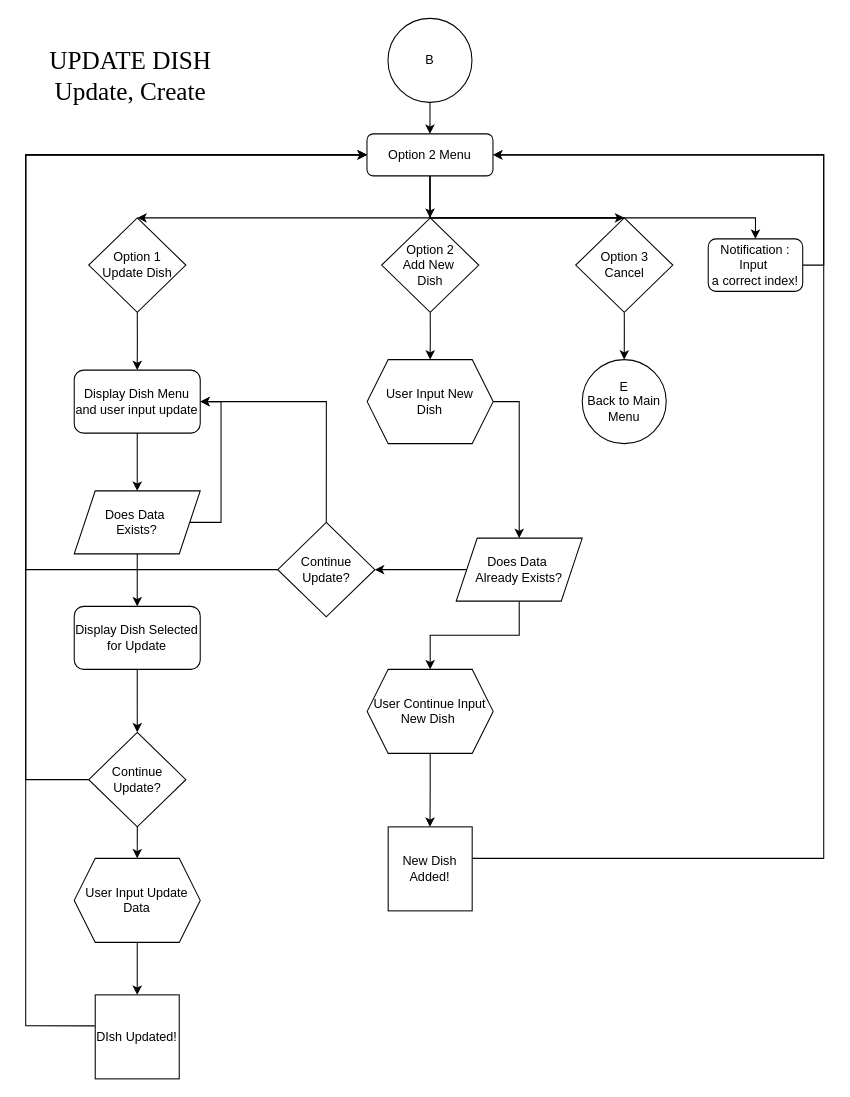
Above: page "Page-3" (3 of 5) of Raamen_shop_flow.drawio in qemhal14/raamen_shop (draw.io), before the change. Source tidied: cells renumbered, new cells numbered last; positions are measured from the earlier drawing's top-left corner, leaving out a move shared by most shapes. Both pictures are drawn from the tidied source at 105%, with x=0, y=0 at pixel (25, 18).
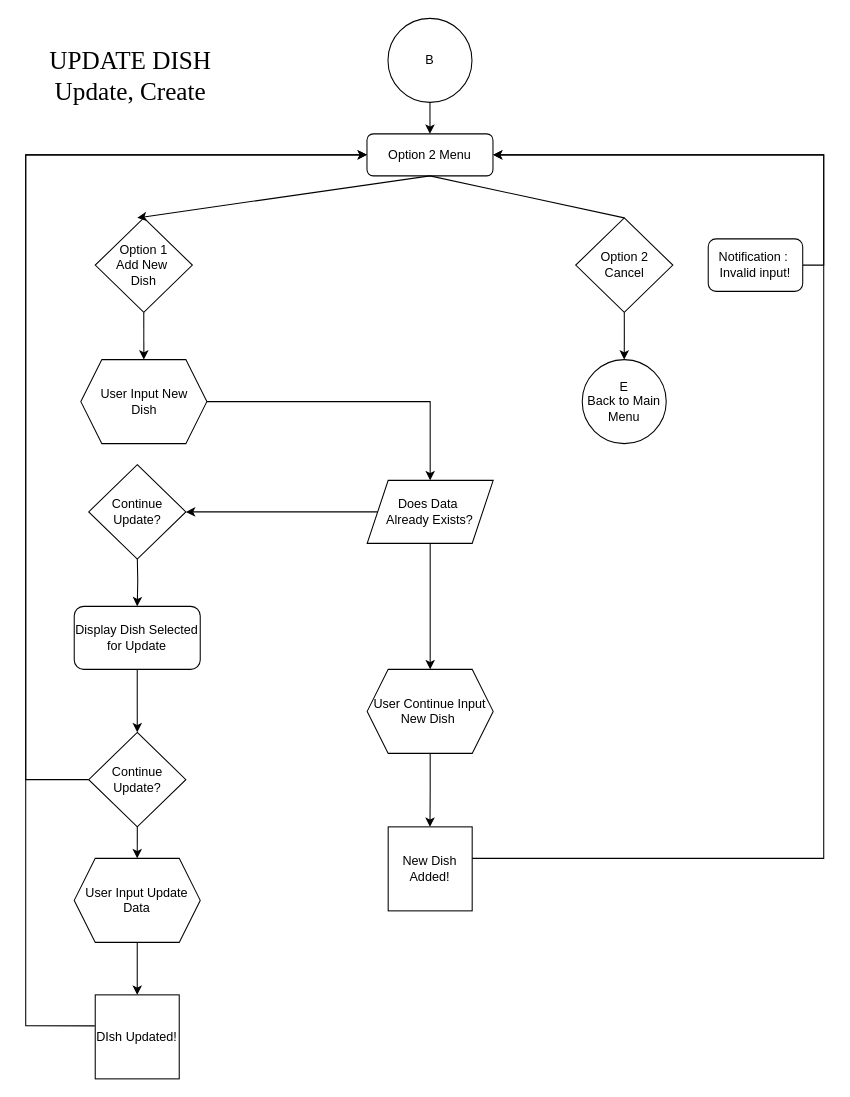
Above is the later version.

The change refers to these unchanged cells:
```xml
<mxCell id="8" value="Option 2 Menu" style="rounded=1;whiteSpace=wrap;html=1;" parent="1" vertex="1">
  <mxGeometry x="325" y="110" width="120" height="40" as="geometry" />
</mxCell>
<mxCell id="23" value="Display Dish Selected&lt;div&gt;for Update&lt;/div&gt;" style="rounded=1;whiteSpace=wrap;html=1;" parent="1" vertex="1">
  <mxGeometry x="46.2" y="560" width="120" height="60" as="geometry" />
</mxCell>
```

Diff of the diagram source:
```diff
@@
-    <mxCell id="5" style="edgeStyle=orthogonalEdgeStyle;rounded=0;jettySize=auto;html=1;exitX=0.5;exitY=1;exitDx=0;exitDy=0;" parent="1" edge="1" source="8">
-      <mxGeometry relative="1" as="geometry">
-        <mxPoint x="385.1" y="190" as="targetPoint" />
-      </mxGeometry>
-    </mxCell>
-    <mxCell id="6" style="edgeStyle=orthogonalEdgeStyle;rounded=0;jettySize=auto;html=1;exitX=0.5;exitY=1;exitDx=0;exitDy=0;entryX=0.5;entryY=0;entryDx=0;entryDy=0;" parent="1" edge="1" source="8" target="15">
-      <mxGeometry relative="1" as="geometry">
-        <Array as="points">
-          <mxPoint x="385" y="190" />
-        </Array>
-      </mxGeometry>
-    </mxCell>
-    <mxCell id="7" style="edgeStyle=orthogonalEdgeStyle;rounded=0;jettySize=auto;html=1;exitX=0.5;exitY=1;exitDx=0;exitDy=0;entryX=0.5;entryY=0;entryDx=0;entryDy=0;" parent="1" edge="1" source="8" target="42">
-      <mxGeometry relative="1" as="geometry">
-        <Array as="points">
-          <mxPoint x="385" y="190" />
-          <mxPoint x="695" y="190" />
-        </Array>
-      </mxGeometry>
-    </mxCell>
@@
-    <mxCell id="9" style="edgeStyle=orthogonalEdgeStyle;rounded=0;jettySize=auto;html=1;exitX=0.5;exitY=1;exitDx=0;exitDy=0;entryX=0.5;entryY=0;entryDx=0;entryDy=0;" parent="1" edge="1" source="10" target="18">
-      <mxGeometry relative="1" as="geometry" />
-    </mxCell>
-    <mxCell id="10" value="Option 1&lt;div&gt;Update Dish&lt;/div&gt;" style="rhombus;whiteSpace=wrap;html=1;" parent="1" vertex="1">
-      <mxGeometry x="60" y="190" width="92.5" height="90" as="geometry" />
-    </mxCell>
@@
-    <mxCell id="12" value="Option 2&lt;div&gt;Add New&amp;nbsp;&lt;/div&gt;&lt;div&gt;Dish&lt;/div&gt;" style="rhombus;whiteSpace=wrap;html=1;" parent="1" vertex="1">
-      <mxGeometry x="339" y="190" width="92.5" height="90" as="geometry" />
+    <mxCell id="12" value="Option 1&lt;div&gt;Add New&amp;nbsp;&lt;/div&gt;&lt;div&gt;Dish&lt;/div&gt;" style="rhombus;whiteSpace=wrap;html=1;" parent="1" vertex="1">
+      <mxGeometry x="66.2" y="190" width="92.5" height="90" as="geometry" />
     </mxCell>
@@
-    <mxCell id="15" value="Option 3&lt;div&gt;Cancel&lt;/div&gt;" style="rhombus;whiteSpace=wrap;html=1;" parent="1" vertex="1">
+    <mxCell id="15" value="Option 2&lt;div&gt;Cancel&lt;/div&gt;" style="rhombus;whiteSpace=wrap;html=1;" parent="1" vertex="1">
       <mxGeometry x="523.8" y="190" width="92.5" height="90" as="geometry" />
     </mxCell>
-    <mxCell id="16" style="endArrow=classic;html=1;rounded=0;exitX=0.5;exitY=0;exitDx=0;exitDy=0;entryX=0.5;entryY=0;entryDx=0;entryDy=0;" parent="1" edge="1" source="15" target="10">
+    <mxCell id="16" style="endArrow=classic;html=1;rounded=0;exitX=0.5;exitY=0;exitDx=0;exitDy=0;entryX=0.5;entryY=0;entryDx=0;entryDy=0;" parent="1" edge="1" source="15">
       <mxGeometry relative="1" as="geometry">
+        <mxPoint x="106.2" y="190" as="targetPoint" />
         <Array as="points">
-          <mxPoint x="385" y="190" />
+          <mxPoint x="385" y="150" />
         </Array>
       </mxGeometry>
     </mxCell>
-    <mxCell id="17" style="edgeStyle=orthogonalEdgeStyle;rounded=0;jettySize=auto;html=1;exitX=0.5;exitY=1;exitDx=0;exitDy=0;entryX=0.5;entryY=0;entryDx=0;entryDy=0;" parent="1" edge="1" source="18" target="21">
-      <mxGeometry relative="1" as="geometry" />
-    </mxCell>
-    <mxCell id="18" value="Display Dish Menu&lt;div&gt;and user input update&lt;/div&gt;" style="rounded=1;whiteSpace=wrap;html=1;" parent="1" vertex="1">
-      <mxGeometry x="46.2" y="335" width="120" height="60" as="geometry" />
-    </mxCell>
-    <mxCell id="19" style="edgeStyle=orthogonalEdgeStyle;rounded=0;jettySize=auto;html=1;exitX=1;exitY=0.5;exitDx=0;exitDy=0;entryX=1;entryY=0.5;entryDx=0;entryDy=0;" parent="1" edge="1" source="21" target="18">
-      <mxGeometry relative="1" as="geometry">
-        <Array as="points">
-          <mxPoint x="186" y="480" />
-          <mxPoint x="186" y="365" />
-        </Array>
-      </mxGeometry>
-    </mxCell>
-    <mxCell id="20" style="edgeStyle=orthogonalEdgeStyle;rounded=0;jettySize=auto;html=1;exitX=0.5;exitY=1;exitDx=0;exitDy=0;entryX=0.5;entryY=0;entryDx=0;entryDy=0;" parent="1" edge="1" source="21" target="23">
-      <mxGeometry relative="1" as="geometry" />
+    <mxCell id="20" style="edgeStyle=orthogonalEdgeStyle;rounded=0;jettySize=auto;html=1;exitX=0.5;exitY=1;exitDx=0;exitDy=0;entryX=0.5;entryY=0;entryDx=0;entryDy=0;" parent="1" edge="1" target="23">
+      <mxGeometry relative="1" as="geometry">
+        <mxPoint x="106.2" y="510" as="sourcePoint" />
+      </mxGeometry>
     </mxCell>
-    <mxCell id="21" value="Does Data&amp;nbsp;&lt;div&gt;Exists?&lt;/div&gt;" style="shape=parallelogram;perimeter=parallelogramPerimeter;whiteSpace=wrap;html=1;fixedSize=1;" parent="1" vertex="1">
-      <mxGeometry x="46.2" y="450" width="120" height="60" as="geometry" />
-    </mxCell>
@@
     <mxCell id="31" value="User Input New&lt;div&gt;Dish&lt;/div&gt;" style="shape=hexagon;perimeter=hexagonPerimeter2;whiteSpace=wrap;html=1;fixedSize=1;" parent="1" vertex="1">
-      <mxGeometry x="325.2" y="325" width="120" height="80" as="geometry" />
+      <mxGeometry x="52.5" y="325" width="120" height="80" as="geometry" />
     </mxCell>
@@
     <mxCell id="34" value="Does Data&amp;nbsp;&lt;div&gt;Already Exists?&lt;/div&gt;" style="shape=parallelogram;perimeter=parallelogramPerimeter;whiteSpace=wrap;html=1;fixedSize=1;" parent="1" vertex="1">
-      <mxGeometry x="410" y="495" width="120" height="60" as="geometry" />
+      <mxGeometry x="325.2" y="440" width="120" height="60" as="geometry" />
     </mxCell>
@@
-    <mxCell id="37" style="edgeStyle=orthogonalEdgeStyle;rounded=0;jettySize=auto;html=1;exitX=0.5;exitY=0;exitDx=0;exitDy=0;entryX=1;entryY=0.5;entryDx=0;entryDy=0;" parent="1" edge="1" source="39" target="18">
-      <mxGeometry relative="1" as="geometry" />
-    </mxCell>
-    <mxCell id="38" style="edgeStyle=orthogonalEdgeStyle;rounded=0;jettySize=auto;html=1;exitX=0;exitY=0.5;exitDx=0;exitDy=0;entryX=0;entryY=0.5;entryDx=0;entryDy=0;" parent="1" edge="1" source="39" target="8">
-      <mxGeometry relative="1" as="geometry">
-        <Array as="points">
-          <mxPoint y="525" />
-          <mxPoint y="130" />
-        </Array>
-      </mxGeometry>
-    </mxCell>
     <mxCell id="39" value="Continue&lt;div&gt;Update?&lt;/div&gt;" style="rhombus;whiteSpace=wrap;html=1;" parent="1" vertex="1">
-      <mxGeometry x="240" y="480" width="92.5" height="90" as="geometry" />
+      <mxGeometry x="60" y="425" width="92.5" height="90" as="geometry" />
     </mxCell>
@@
-    <mxCell id="42" value="Notification : Input&amp;nbsp;&lt;div&gt;a correct index!&lt;/div&gt;" style="rounded=1;whiteSpace=wrap;html=1;" parent="1" vertex="1">
+    <mxCell id="42" value="Notification :&amp;nbsp;&lt;div&gt;Invalid input!&lt;/div&gt;" style="rounded=1;whiteSpace=wrap;html=1;" parent="1" vertex="1">
       <mxGeometry x="650" y="210" width="90" height="50" as="geometry" />
     </mxCell>
```
